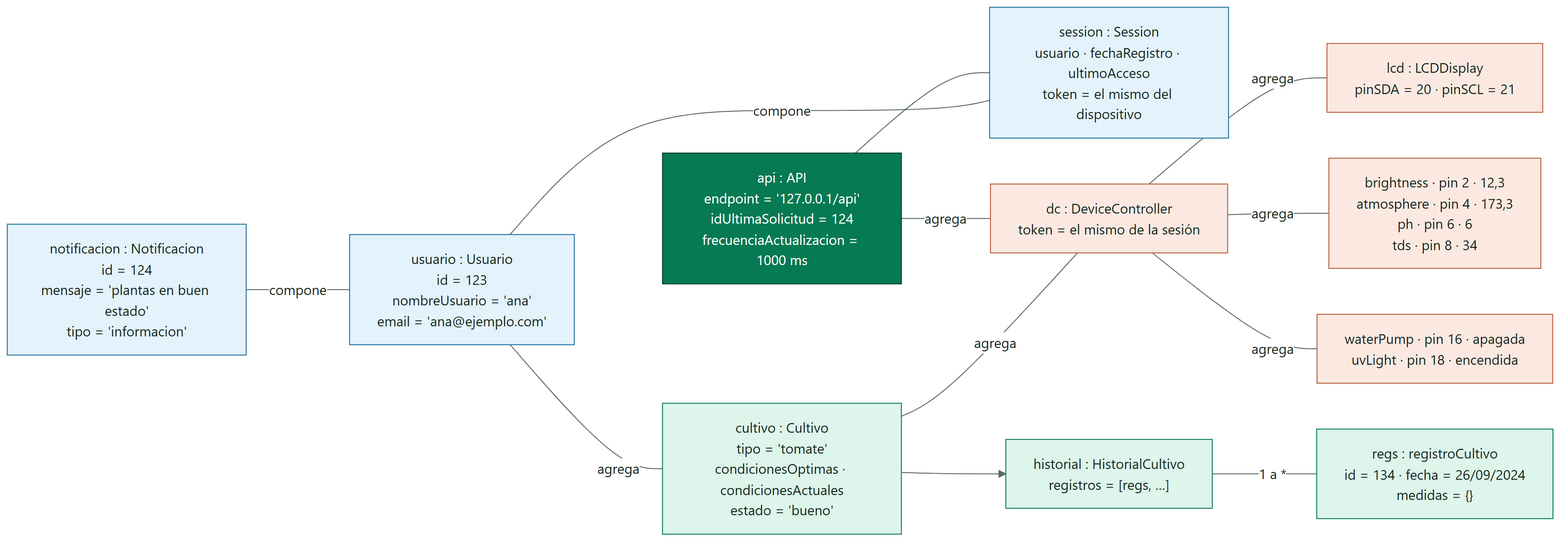
Above: docs/diagrams/SmartPot_41_Original_Objects.png in SmartPotTech/.github (Mermaid), before the change. Its source is kept beside it as docs/diagrams/SmartPot_41_Original_Objects.mmd. Its diagram source:
```mermaid
%%{init: {"theme": "base", "fontFamily": "Segoe UI, Arial, sans-serif", "themeVariables": {"fontFamily": "Segoe UI, Arial, sans-serif", "fontSize": "15px", "primaryColor": "#DDF5EA", "primaryTextColor": "#17261F", "primaryBorderColor": "#067A52", "secondaryColor": "#E3F2FB", "secondaryTextColor": "#17261F", "secondaryBorderColor": "#1F6FA0", "tertiaryColor": "#F2F7F4", "tertiaryTextColor": "#17261F", "tertiaryBorderColor": "#D5E3DC", "lineColor": "#5B6B63", "textColor": "#17261F", "mainBkg": "#DDF5EA", "nodeBorder": "#067A52", "clusterBkg": "#F7FAF8", "clusterBorder": "#D5E3DC", "edgeLabelBackground": "#FFFFFF", "actorBkg": "#067A52", "actorBorder": "#0B3D2B", "actorTextColor": "#FFFFFF", "actorLineColor": "#5B6B63", "signalColor": "#17261F", "signalTextColor": "#17261F", "labelBoxBkgColor": "#0B3D2B", "labelBoxBorderColor": "#0B3D2B", "labelTextColor": "#FFFFFF", "loopTextColor": "#0B3D2B", "noteBkgColor": "#FDF4DD", "noteBorderColor": "#C98D12", "noteTextColor": "#17261F", "activationBkgColor": "#DDF5EA", "activationBorderColor": "#067A52", "attributeBackgroundColorOdd": "#FFFFFF", "attributeBackgroundColorEven": "#F2F7F4"}}}%%
flowchart LR
  usuario["usuario : Usuario<br/>id = 123<br/>nombreUsuario = 'ana'<br/>email = 'ana@ejemplo.com'"]
  session["session : Session<br/>usuario · fechaRegistro · ultimoAcceso<br/>token = el mismo del dispositivo"]
  notificacion["notificacion : Notificacion<br/>id = 124<br/>mensaje = 'plantas en buen estado'<br/>tipo = 'informacion'"]
  cultivo["cultivo : Cultivo<br/>tipo = 'tomate'<br/>condicionesOptimas · condicionesActuales<br/>estado = 'bueno'"]
  historial["historial : HistorialCultivo<br/>registros = [regs, …]"]
  regs["regs : registroCultivo<br/>id = 134 · fecha = 26/09/2024<br/>medidas = {}"]
  dc["dc : DeviceController<br/>token = el mismo de la sesión"]
  api["api : API<br/>endpoint = '127.0.0.1/api'<br/>idUltimaSolicitud = 124<br/>frecuenciaActualizacion = 1000 ms"]
  lcd["lcd : LCDDisplay<br/>pinSDA = 20 · pinSCL = 21"]
  sensores["brightness · pin 2 · 12,3<br/>atmosphere · pin 4 · 173,3<br/>ph · pin 6 · 6<br/>tds · pin 8 · 34"]
  actuadores["waterPump · pin 16 · apagada<br/>uvLight · pin 18 · encendida"]
  usuario ---|"compone"| session
  notificacion ---|"compone"| usuario
  usuario ---|"agrega"| cultivo
  cultivo --> historial
  historial ---|"1 a *"| regs
  cultivo ---|"agrega"| dc
  api ---|"agrega"| dc
  api --- session
  dc ---|"agrega"| lcd
  dc ---|"agrega"| sensores
  dc ---|"agrega"| actuadores
  classDef leaf fill:#DDF5EA,stroke:#067A52,color:#17261F
  classDef water fill:#E3F2FB,stroke:#1F6FA0,color:#17261F
  classDef sun fill:#FDF4DD,stroke:#C98D12,color:#17261F
  classDef clay fill:#FBE9E1,stroke:#B85A38,color:#17261F
  classDef core fill:#067A52,stroke:#0B3D2B,color:#FFFFFF
  classDef deep fill:#0B3D2B,stroke:#06281C,color:#FFFFFF
  classDef muted fill:#F2F7F4,stroke:#5B6B63,color:#17261F
  class usuario,session,notificacion water
  class cultivo,historial,regs leaf
  class dc,lcd,sensores,actuadores clay
  class api core
```
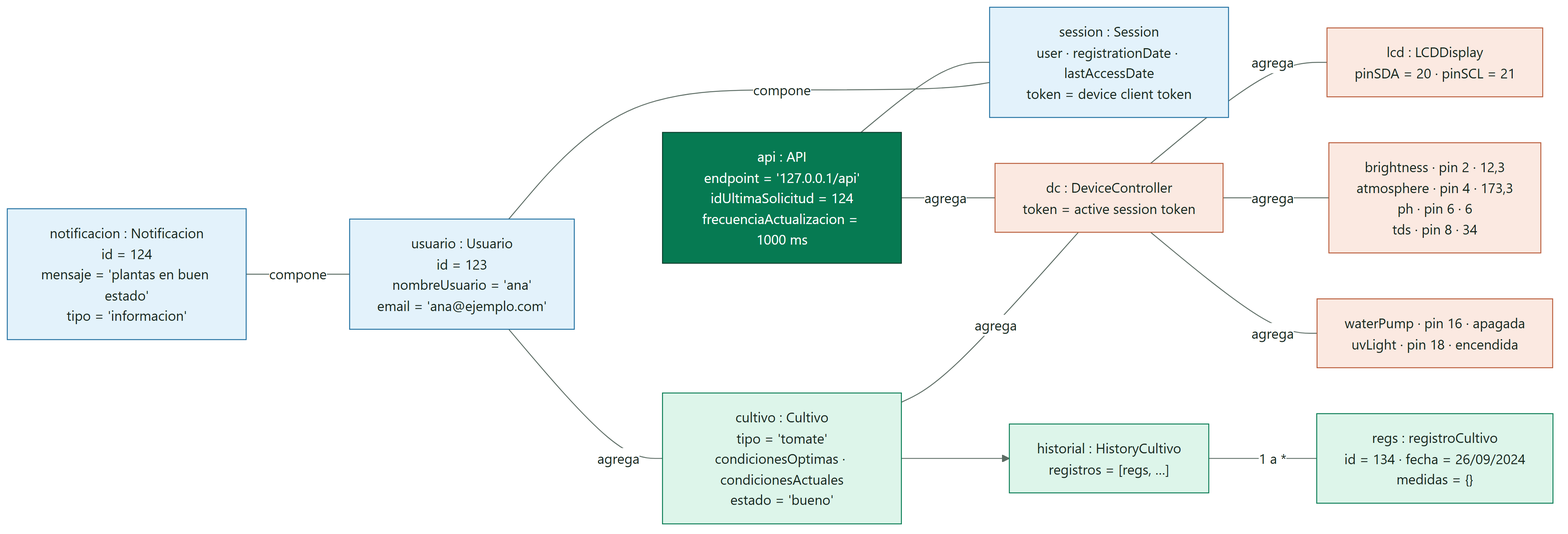
Above is the later version.

Change to the diagram source:
```diff
@@ -1,12 +1,12 @@
 %%{init: {"theme": "base", "fontFamily": "Segoe UI, Arial, sans-serif", "themeVariables": {"fontFamily": "Segoe UI, Arial, sans-serif", "fontSize": "15px", "primaryColor": "#DDF5EA", "primaryTextColor": "#17261F", "primaryBorderColor": "#067A52", "secondaryColor": "#E3F2FB", "secondaryTextColor": "#17261F", "secondaryBorderColor": "#1F6FA0", "tertiaryColor": "#F2F7F4", "tertiaryTextColor": "#17261F", "tertiaryBorderColor": "#D5E3DC", "lineColor": "#5B6B63", "textColor": "#17261F", "mainBkg": "#DDF5EA", "nodeBorder": "#067A52", "clusterBkg": "#F7FAF8", "clusterBorder": "#D5E3DC", "edgeLabelBackground": "#FFFFFF", "actorBkg": "#067A52", "actorBorder": "#0B3D2B", "actorTextColor": "#FFFFFF", "actorLineColor": "#5B6B63", "signalColor": "#17261F", "signalTextColor": "#17261F", "labelBoxBkgColor": "#0B3D2B", "labelBoxBorderColor": "#0B3D2B", "labelTextColor": "#FFFFFF", "loopTextColor": "#0B3D2B", "noteBkgColor": "#FDF4DD", "noteBorderColor": "#C98D12", "noteTextColor": "#17261F", "activationBkgColor": "#DDF5EA", "activationBorderColor": "#067A52", "attributeBackgroundColorOdd": "#FFFFFF", "attributeBackgroundColorEven": "#F2F7F4"}}}%%
 flowchart LR
   usuario["usuario : Usuario<br/>id = 123<br/>nombreUsuario = 'ana'<br/>email = 'ana@ejemplo.com'"]
-  session["session : Session<br/>usuario · fechaRegistro · ultimoAcceso<br/>token = el mismo del dispositivo"]
+  session["session : Session<br/>user · registrationDate · lastAccessDate<br/>token = device client token"]
   notificacion["notificacion : Notificacion<br/>id = 124<br/>mensaje = 'plantas en buen estado'<br/>tipo = 'informacion'"]
   cultivo["cultivo : Cultivo<br/>tipo = 'tomate'<br/>condicionesOptimas · condicionesActuales<br/>estado = 'bueno'"]
-  historial["historial : HistorialCultivo<br/>registros = [regs, …]"]
+  historial["historial : HistoryCultivo<br/>registros = [regs, …]"]
   regs["regs : registroCultivo<br/>id = 134 · fecha = 26/09/2024<br/>medidas = {}"]
-  dc["dc : DeviceController<br/>token = el mismo de la sesión"]
+  dc["dc : DeviceController<br/>token = active session token"]
   api["api : API<br/>endpoint = '127.0.0.1/api'<br/>idUltimaSolicitud = 124<br/>frecuenciaActualizacion = 1000 ms"]
   lcd["lcd : LCDDisplay<br/>pinSDA = 20 · pinSCL = 21"]
   sensores["brightness · pin 2 · 12,3<br/>atmosphere · pin 4 · 173,3<br/>ph · pin 6 · 6<br/>tds · pin 8 · 34"]
```
